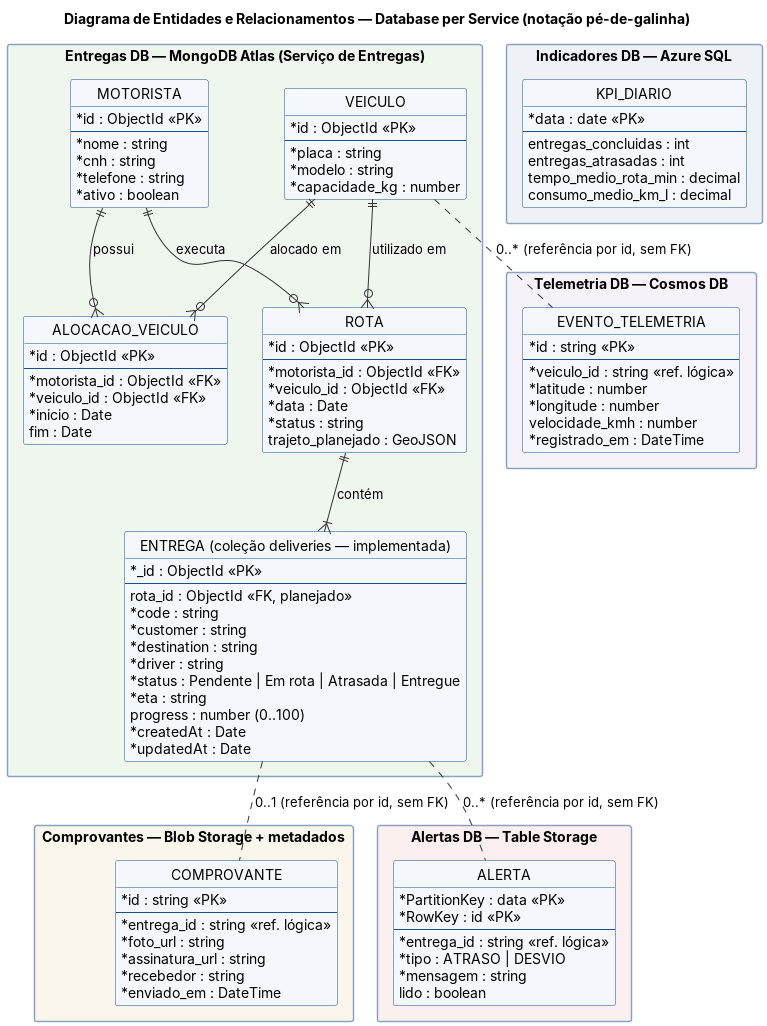
The PlantUML diagram docs/arquitetura/diagramas/der.png in laducci/cloudlog-pjbl, before a commit. Its diagram source:
```plantuml
@startuml der
!include _uml.iuml
title Diagrama de Entidades e Relacionamentos — Database per Service (notação pé-de-galinha)
hide circle
skinparam entity {
  BackgroundColor #F4F8FD
  BorderColor #1A4E8A
}

package "Entregas DB — MongoDB Atlas (Serviço de Entregas)" #EEF6EE {
  entity "MOTORISTA" as MOT {
    * id : ObjectId <<PK>>
    --
    * nome : string
    * cnh : string
    * telefone : string
    * ativo : boolean
  }
  entity "VEICULO" as VEI {
    * id : ObjectId <<PK>>
    --
    * placa : string
    * modelo : string
    * capacidade_kg : number
  }
  entity "ALOCACAO_VEICULO" as ALO {
    * id : ObjectId <<PK>>
    --
    * motorista_id : ObjectId <<FK>>
    * veiculo_id : ObjectId <<FK>>
    * inicio : Date
    fim : Date
  }
  entity "ROTA" as ROT {
    * id : ObjectId <<PK>>
    --
    * motorista_id : ObjectId <<FK>>
    * veiculo_id : ObjectId <<FK>>
    * data : Date
    * status : string
    trajeto_planejado : GeoJSON
  }
  entity "ENTREGA (coleção deliveries — implementada)" as ENT {
    * _id : ObjectId <<PK>>
    --
    rota_id : ObjectId <<FK, planejado>>
    * code : string
    * customer : string
    * destination : string
    * driver : string
    * status : Pendente | Em rota | Atrasada | Entregue
    * eta : string
    progress : number (0..100)
    * createdAt : Date
    * updatedAt : Date
  }
}

package "Telemetria DB — Cosmos DB" #F6F2FA {
  entity "EVENTO_TELEMETRIA" as TEL {
    * id : string <<PK>>
    --
    * veiculo_id : string <<ref. lógica>>
    * latitude : number
    * longitude : number
    velocidade_kmh : number
    * registrado_em : DateTime
  }
}

package "Comprovantes — Blob Storage + metadados" #FBF6EC {
  entity "COMPROVANTE" as COM {
    * id : string <<PK>>
    --
    * entrega_id : string <<ref. lógica>>
    * foto_url : string
    * assinatura_url : string
    * recebedor : string
    * enviado_em : DateTime
  }
}

package "Alertas DB — Table Storage" #FBEFEF {
  entity "ALERTA" as ALE {
    * PartitionKey : data <<PK>>
    * RowKey : id <<PK>>
    --
    * entrega_id : string <<ref. lógica>>
    * tipo : ATRASO | DESVIO
    * mensagem : string
    lido : boolean
  }
}

package "Indicadores DB — Azure SQL" #EEF2F6 {
  entity "KPI_DIARIO" as KPI {
    * data : date <<PK>>
    --
    entregas_concluidas : int
    entregas_atrasadas : int
    tempo_medio_rota_min : decimal
    consumo_medio_km_l : decimal
  }
}

MOT ||--o{ ALO : possui
VEI ||--o{ ALO : alocado em
MOT ||--o{ ROT : executa
VEI ||--o{ ROT : utilizado em
ROT ||--|{ ENT : contém

ENT .. COM : 0..1 (referência por id, sem FK)
ENT .. ALE : 0..* (referência por id, sem FK)
VEI .. TEL : 0..* (referência por id, sem FK)
@enduml
```
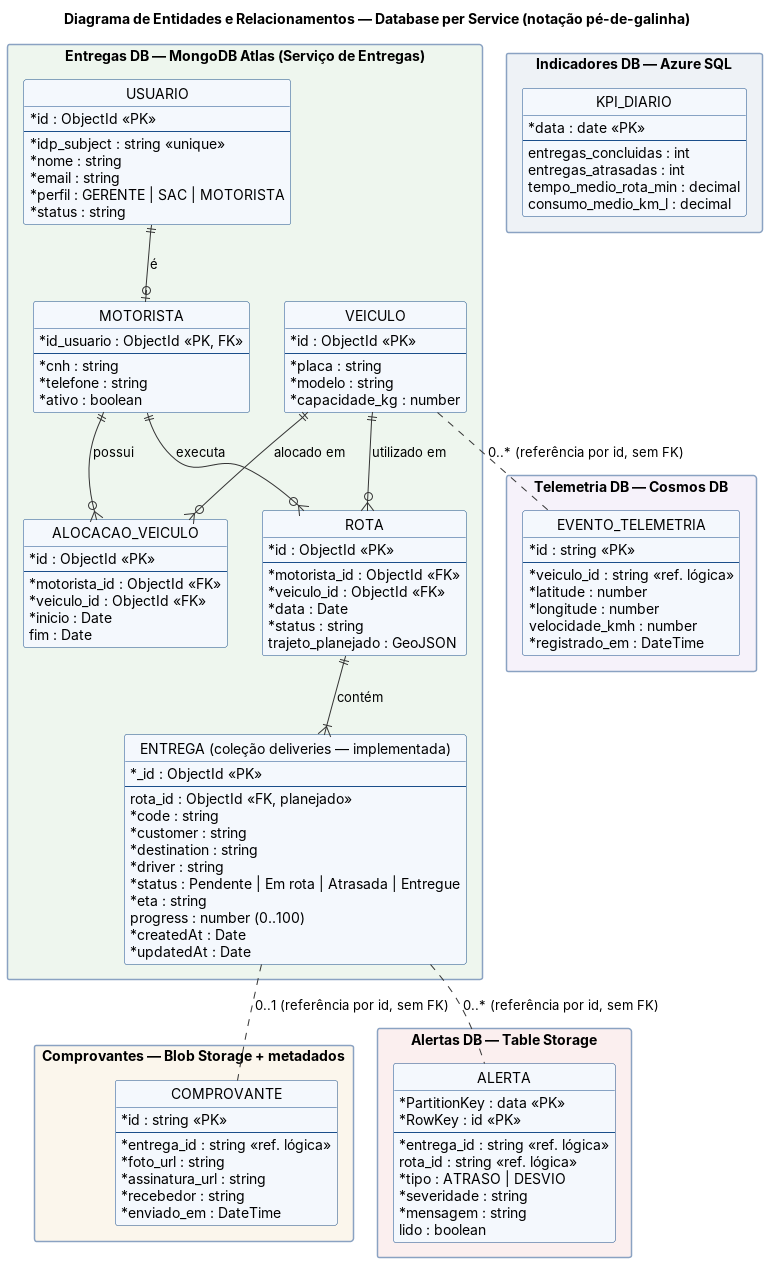
After the commit.

The edit, as a diff of the source:
```diff
@@ -8,10 +8,18 @@
 }
 
 package "Entregas DB — MongoDB Atlas (Serviço de Entregas)" #EEF6EE {
-  entity "MOTORISTA" as MOT {
+  entity "USUARIO" as USU {
     * id : ObjectId <<PK>>
     --
+    * idp_subject : string <<unique>>
     * nome : string
+    * email : string
+    * perfil : GERENTE | SAC | MOTORISTA
+    * status : string
+  }
+  entity "MOTORISTA" as MOT {
+    * id_usuario : ObjectId <<PK, FK>>
+    --
     * cnh : string
     * telefone : string
     * ativo : boolean
@@ -86,7 +94,9 @@
     * RowKey : id <<PK>>
     --
     * entrega_id : string <<ref. lógica>>
+    rota_id : string <<ref. lógica>>
     * tipo : ATRASO | DESVIO
+    * severidade : string
     * mensagem : string
     lido : boolean
   }
@@ -103,6 +113,7 @@
   }
 }
 
+USU ||--o| MOT : é
 MOT ||--o{ ALO : possui
 VEI ||--o{ ALO : alocado em
 MOT ||--o{ ROT : executa
```
